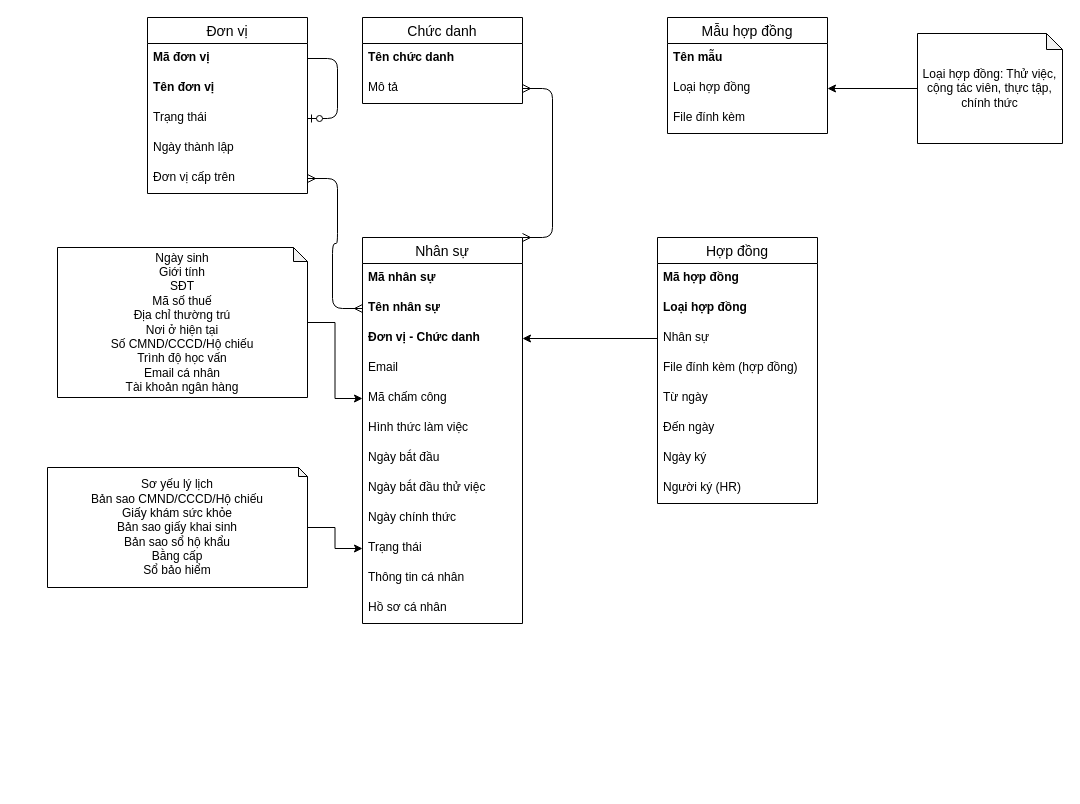
Above: [DM] Rabiloo HRM.drawio in b0bby0ne/business-analyst (draw.io), before the change. Source tidied: cells renumbered, new cells numbered last; positions are measured from the earlier drawing's top-left corner, leaving out a move shared by most shapes. Both pictures are drawn from the tidied source at 100%, with x=0, y=0 at pixel (47, 17).
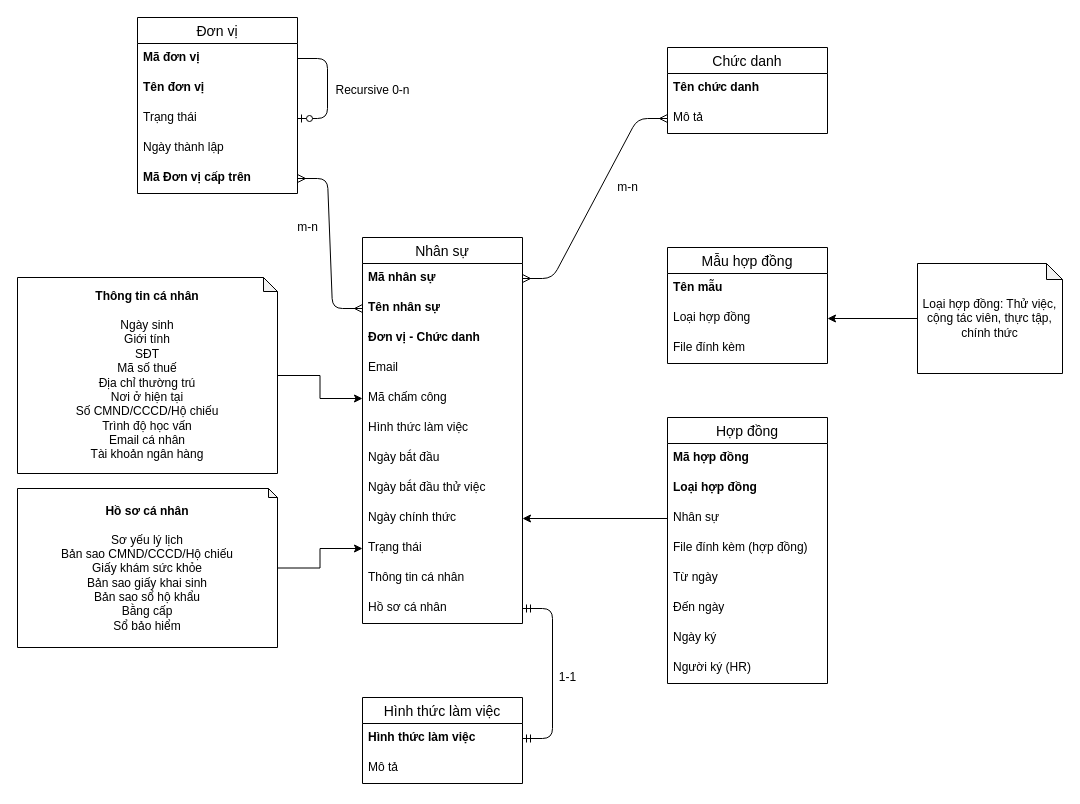
Above is the later version.

The change refers to these unchanged cells:
```xml
<mxCell id="11" value="Mô tả" style="text;strokeColor=none;fillColor=none;spacingLeft=4;spacingRight=4;overflow=hidden;points=[[0,0.5],[1,0.5]];portConstraint=eastwest;fontSize=12;" parent="9" vertex="1">
  <mxGeometry y="56" width="160" height="30" as="geometry" />
</mxCell>
<mxCell id="21" value="Nhân sự" style="text;strokeColor=none;fillColor=none;spacingLeft=4;spacingRight=4;overflow=hidden;points=[[0,0.5],[1,0.5]];portConstraint=eastwest;fontSize=12;" parent="18" vertex="1">
  <mxGeometry y="86" width="160" height="30" as="geometry" />
</mxCell>
<mxCell id="27" value="Nhân sự" style="swimlane;fontStyle=0;horizontal=1;startSize=26;align=center;fontSize=14;" parent="1" vertex="1">
  <mxGeometry x="315" y="220" width="160" height="386" as="geometry" />
</mxCell>
<mxCell id="28" value="Mã nhân sự" style="text;strokeColor=none;fillColor=none;spacingLeft=4;spacingRight=4;overflow=hidden;points=[[0,0.5],[1,0.5]];portConstraint=eastwest;fontSize=12;fontStyle=1;" parent="27" vertex="1">
  <mxGeometry y="26" width="160" height="30" as="geometry" />
</mxCell>
<mxCell id="30" value="Đơn vị - Chức danh" style="text;strokeColor=none;fillColor=none;spacingLeft=4;spacingRight=4;overflow=hidden;points=[[0,0.5],[1,0.5]];portConstraint=eastwest;fontSize=12;fontStyle=1;" parent="27" vertex="1">
  <mxGeometry y="86" width="160" height="30" as="geometry" />
</mxCell>
<mxCell id="36" value="Ngày chính thức" style="text;strokeColor=none;fillColor=none;spacingLeft=4;spacingRight=4;overflow=hidden;points=[[0,0.5],[1,0.5]];portConstraint=eastwest;fontSize=12;" parent="27" vertex="1">
  <mxGeometry y="266" width="160" height="30" as="geometry" />
</mxCell>
<mxCell id="39" value="Hồ sơ cá nhân" style="text;strokeColor=none;fillColor=none;spacingLeft=4;spacingRight=4;overflow=hidden;points=[[0,0.5],[1,0.5]];portConstraint=eastwest;fontSize=12;" parent="27" vertex="1">
  <mxGeometry y="356" width="160" height="30" as="geometry" />
</mxCell>
```

Change to the diagram source:
```diff
@@
     <mxCell id="2" value="Đơn vị" style="swimlane;fontStyle=0;horizontal=1;startSize=26;align=center;fontSize=14;" parent="1" vertex="1">
-      <mxGeometry x="100" width="160" height="176" as="geometry" />
+      <mxGeometry x="90" width="160" height="176" as="geometry" />
     </mxCell>
@@
-    <mxCell id="7" value="Đơn vị cấp trên" style="text;strokeColor=none;fillColor=none;spacingLeft=4;spacingRight=4;overflow=hidden;points=[[0,0.5],[1,0.5]];portConstraint=eastwest;fontSize=12;" parent="2" vertex="1">
+    <mxCell id="7" value="Mã Đơn vị cấp trên" style="text;strokeColor=none;fillColor=none;spacingLeft=4;spacingRight=4;overflow=hidden;points=[[0,0.5],[1,0.5]];portConstraint=eastwest;fontSize=12;fontStyle=1;" parent="2" vertex="1">
       <mxGeometry y="146" width="160" height="30" as="geometry" />
     </mxCell>
@@
     <mxCell id="9" value="Chức danh" style="swimlane;fontStyle=0;horizontal=1;startSize=26;align=center;fontSize=14;" parent="1" vertex="1">
-      <mxGeometry x="315" width="160" height="86" as="geometry" />
+      <mxGeometry x="620" y="30" width="160" height="86" as="geometry" />
     </mxCell>
@@
     <mxCell id="12" value="Mẫu hợp đồng" style="swimlane;fontStyle=0;horizontal=1;startSize=26;align=center;fontSize=14;" parent="1" vertex="1">
-      <mxGeometry x="620" width="160" height="116" as="geometry" />
+      <mxGeometry x="620" y="230" width="160" height="116" as="geometry" />
     </mxCell>
@@
     <mxCell id="17" value="Loại hợp đồng: Thử việc, cộng tác viên, thực tập, chính thức" style="shape=note;whiteSpace=wrap;html=1;backgroundOutline=1;darkOpacity=0.05;size=16;" parent="1" vertex="1">
-      <mxGeometry x="870" y="16" width="145" height="110" as="geometry" />
+      <mxGeometry x="870" y="246" width="145" height="110" as="geometry" />
     </mxCell>
     <mxCell id="18" value="Hợp đồng" style="swimlane;fontStyle=0;horizontal=1;startSize=26;align=center;fontSize=14;" parent="1" vertex="1">
-      <mxGeometry x="610" y="220" width="160" height="266" as="geometry" />
+      <mxGeometry x="620" y="400" width="160" height="266" as="geometry" />
     </mxCell>
@@
-    <mxCell id="41" value="Ngày sinh&lt;br&gt;Giới tính&lt;br&gt;SĐT&lt;br&gt;Mã số thuế&lt;br&gt;Địa chỉ thường trú&lt;br&gt;Nơi ở hiện tại&lt;br&gt;Số CMND/CCCD/Hộ chiếu&lt;br&gt;Trình độ học vấn&lt;br&gt;Email cá nhân&lt;br&gt;Tài khoản ngân hàng" style="shape=note;whiteSpace=wrap;html=1;backgroundOutline=1;darkOpacity=0.05;size=14;" parent="1" vertex="1">
-      <mxGeometry x="10" y="230" width="250" height="150" as="geometry" />
+    <mxCell id="41" value="&lt;b&gt;Thông tin cá nhân&lt;br&gt;&lt;/b&gt;&lt;br&gt;Ngày sinh&lt;br&gt;Giới tính&lt;br&gt;SĐT&lt;br&gt;Mã số thuế&lt;br&gt;Địa chỉ thường trú&lt;br&gt;Nơi ở hiện tại&lt;br&gt;Số CMND/CCCD/Hộ chiếu&lt;br&gt;Trình độ học vấn&lt;br&gt;Email cá nhân&lt;br&gt;Tài khoản ngân hàng" style="shape=note;whiteSpace=wrap;html=1;backgroundOutline=1;darkOpacity=0.05;size=14;" parent="1" vertex="1">
+      <mxGeometry x="-30" y="260" width="260" height="196" as="geometry" />
     </mxCell>
@@
-    <mxCell id="43" value="Sơ yếu lý lịch&lt;br&gt;Bản sao CMND/CCCD/Hộ chiếu&lt;br&gt;Giấy khám sức khỏe&lt;br&gt;Bản sao giấy khai sinh&lt;br&gt;Bản sao sổ hộ khẩu&lt;br&gt;Bằng cấp&lt;br&gt;Sổ bảo hiểm" style="shape=note;whiteSpace=wrap;html=1;backgroundOutline=1;darkOpacity=0.05;size=9;" parent="1" vertex="1">
-      <mxGeometry y="450" width="260" height="120" as="geometry" />
+    <mxCell id="43" value="&lt;b&gt;Hồ sơ cá nhân&lt;br&gt;&lt;/b&gt;&lt;br&gt;Sơ yếu lý lịch&lt;br&gt;Bản sao CMND/CCCD/Hộ chiếu&lt;br&gt;Giấy khám sức khỏe&lt;br&gt;Bản sao giấy khai sinh&lt;br&gt;Bản sao sổ hộ khẩu&lt;br&gt;Bằng cấp&lt;br&gt;Sổ bảo hiểm" style="shape=note;whiteSpace=wrap;html=1;backgroundOutline=1;darkOpacity=0.05;size=9;" parent="1" vertex="1">
+      <mxGeometry x="-30" y="471" width="260" height="159" as="geometry" />
     </mxCell>
@@
-    <mxCell id="45" style="edgeStyle=entityRelationEdgeStyle;fontSize=12;html=1;endArrow=ERmany;startArrow=ERmany;exitX=1;exitY=0;exitDx=0;exitDy=0;entryX=1;entryY=0.5;entryDx=0;entryDy=0;" parent="1" edge="1" source="27" target="11">
+    <mxCell id="45" style="edgeStyle=entityRelationEdgeStyle;fontSize=12;html=1;endArrow=ERmany;startArrow=ERmany;exitX=1;exitY=0.5;exitDx=0;exitDy=0;entryX=0;entryY=0.5;entryDx=0;entryDy=0;" parent="1" edge="1" source="28" target="11">
       <mxGeometry relative="1" as="geometry" />
     </mxCell>
-    <mxCell id="46" style="edgeStyle=orthogonalEdgeStyle;rounded=0;jettySize=auto;html=1;exitX=0;exitY=0.5;exitDx=0;exitDy=0;" parent="1" edge="1" source="21" target="30">
+    <mxCell id="46" style="edgeStyle=orthogonalEdgeStyle;rounded=0;jettySize=auto;html=1;exitX=0;exitY=0.5;exitDx=0;exitDy=0;entryX=1;entryY=0.5;entryDx=0;entryDy=0;" parent="1" edge="1" source="21" target="36">
       <mxGeometry relative="1" as="geometry" />
     </mxCell>
+    <mxCell id="47" value="Hình thức làm việc" style="swimlane;fontStyle=0;horizontal=1;startSize=26;align=center;fontSize=14;" parent="1" vertex="1">
+      <mxGeometry x="315" y="680" width="160" height="86" as="geometry" />
+    </mxCell>
+    <mxCell id="48" value="Hình thức làm việc" style="text;strokeColor=none;fillColor=none;spacingLeft=4;spacingRight=4;overflow=hidden;points=[[0,0.5],[1,0.5]];portConstraint=eastwest;fontSize=12;fontStyle=1;" parent="47" vertex="1">
+      <mxGeometry y="26" width="160" height="30" as="geometry" />
+    </mxCell>
+    <mxCell id="49" value="Mô tả" style="text;strokeColor=none;fillColor=none;spacingLeft=4;spacingRight=4;overflow=hidden;fontSize=12;fontStyle=0;" parent="47" vertex="1">
+      <mxGeometry y="56" width="160" height="30" as="geometry" />
+    </mxCell>
+    <mxCell id="50" style="edgeStyle=entityRelationEdgeStyle;fontSize=12;html=1;endArrow=ERmandOne;startArrow=ERmandOne;entryX=1;entryY=0.5;entryDx=0;entryDy=0;exitX=1;exitY=0.5;exitDx=0;exitDy=0;" parent="1" edge="1" source="48" target="39">
+      <mxGeometry relative="1" as="geometry" />
+    </mxCell>
+    <mxCell id="51" value="1-1" style="text;html=1;align=center;verticalAlign=middle;strokeColor=none;" parent="1" vertex="1">
+      <mxGeometry x="505" y="650" width="30" height="20" as="geometry" />
+    </mxCell>
+    <mxCell id="52" value="m-n" style="text;html=1;align=center;verticalAlign=middle;strokeColor=none;" parent="1" vertex="1">
+      <mxGeometry x="240" y="200" width="40" height="20" as="geometry" />
+    </mxCell>
+    <mxCell id="53" value="m-n" style="text;html=1;align=center;verticalAlign=middle;strokeColor=none;" parent="1" vertex="1">
+      <mxGeometry x="560" y="160" width="40" height="20" as="geometry" />
+    </mxCell>
+    <mxCell id="54" value="Recursive 0-n" style="text;html=1;align=center;verticalAlign=middle;strokeColor=none;" parent="1" vertex="1">
+      <mxGeometry x="280" y="63" width="90" height="20" as="geometry" />
+    </mxCell>
```
